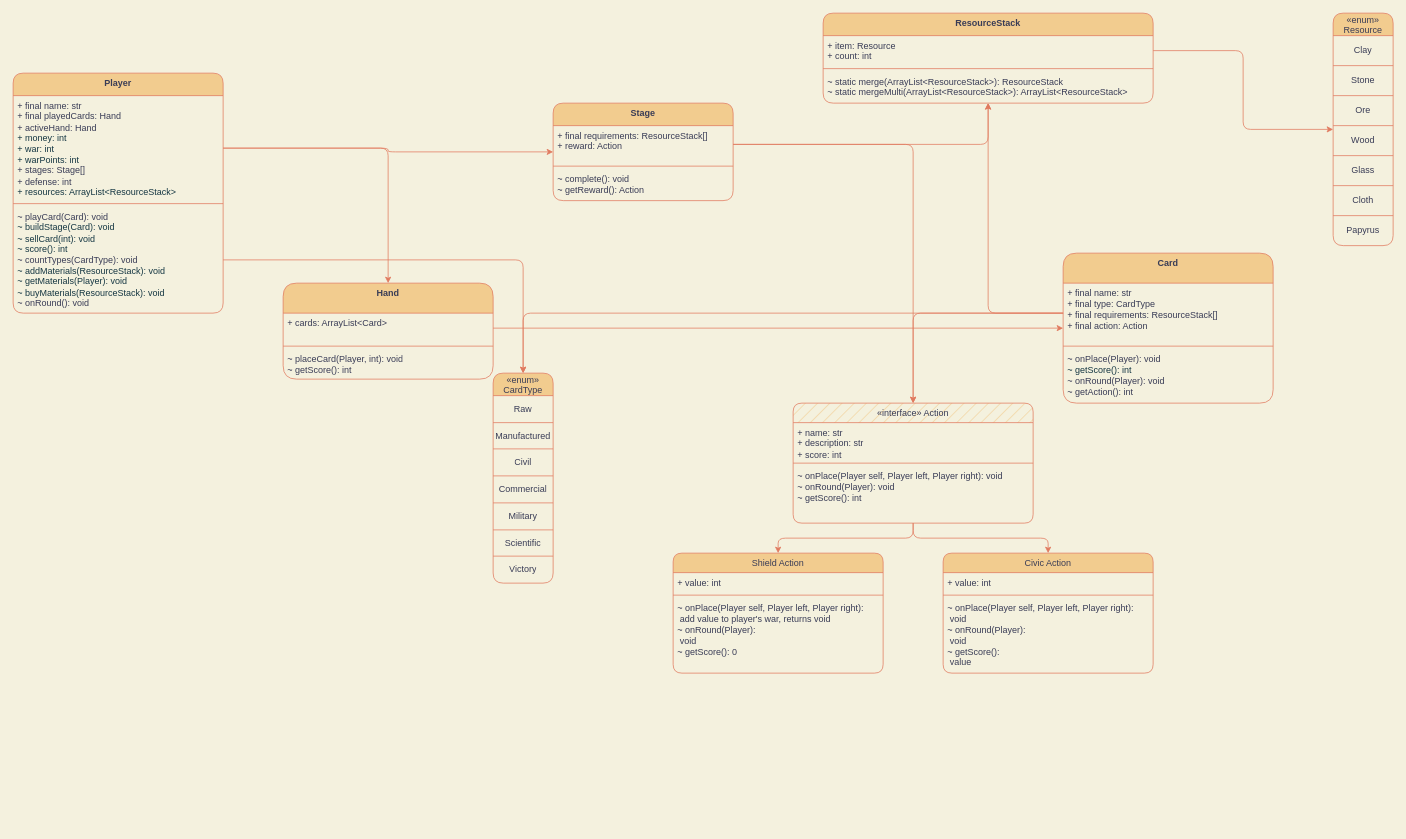
Before: Untitled Diagram.drawio in zeptofine/diagrams, a draw.io diagram. Source tidied: cells renumbered, new cells numbered last; positions are measured from the earlier drawing's top-left corner, leaving out a move shared by most shapes. Both pictures are drawn from the tidied source at 75%, with x=0, y=0 at pixel (13, 13).
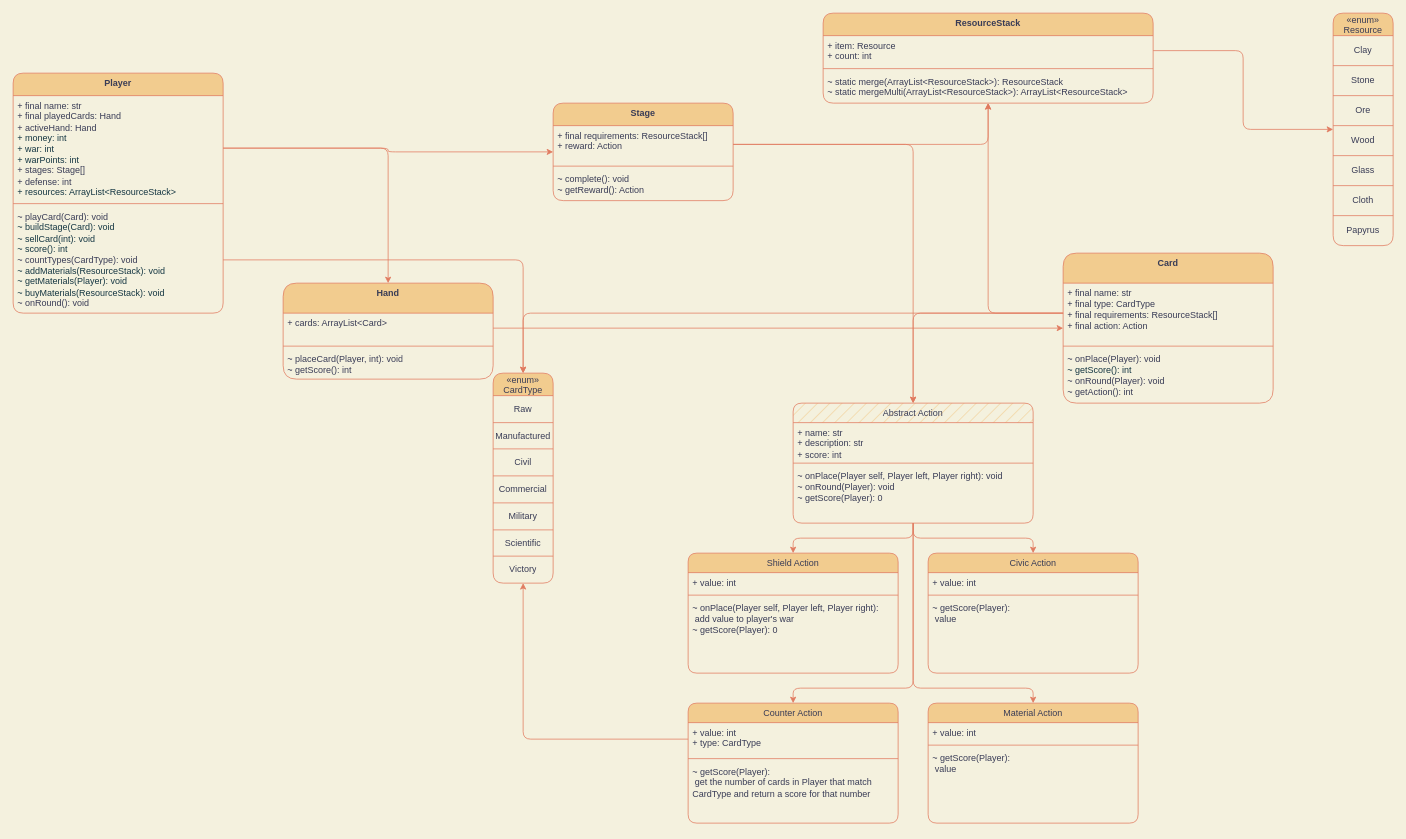
After the change.

The change refers to these unchanged cells:
```xml
<mxCell id="22" value="«enum»&#10;CardType" style="shape=table;startSize=30;childLayout=tableLayout;labelBackgroundColor=none;fillColor=#F2CC8F;strokeColor=#E07A5F;fontColor=#393C56;rounded=1;" parent="1" vertex="1">
  <mxGeometry x="640" y="480" width="80" height="280" as="geometry" />
</mxCell>
```

Diff of the diagram source:
```diff
@@
+    <mxCell id="76" style="edgeStyle=orthogonalEdgeStyle;rounded=1;jettySize=auto;html=1;strokeColor=#E07A5F;fontColor=#393C56;fillColor=#F2CC8F;" parent="1" edge="1" source="56" target="78">
+      <mxGeometry relative="1" as="geometry">
+        <Array as="points">
+          <mxPoint x="1200" y="900" />
+        </Array>
+      </mxGeometry>
+    </mxCell>
+    <mxCell id="77" style="edgeStyle=orthogonalEdgeStyle;rounded=1;jettySize=auto;html=1;strokeColor=#E07A5F;fontColor=#393C56;fillColor=#F2CC8F;" parent="1" edge="1" source="56" target="83">
+      <mxGeometry relative="1" as="geometry">
+        <Array as="points">
+          <mxPoint x="1200" y="900" />
+          <mxPoint x="1360" y="900" />
+        </Array>
+      </mxGeometry>
+    </mxCell>
-    <mxCell id="56" value="&lt;span style=&quot;font-weight: normal;&quot;&gt;«interface» Action&lt;/span&gt;" style="swimlane;fontStyle=1;align=center;verticalAlign=top;horizontal=1;startSize=26;whiteSpace=wrap;html=1;labelBackgroundColor=none;fillColor=#F2CC8F;strokeColor=#E07A5F;fontColor=#393C56;rounded=1;fillStyle=hatch;" parent="1" vertex="1">
+    <mxCell id="56" value="&lt;span style=&quot;font-weight: normal;&quot;&gt;Abstract Action&lt;/span&gt;" style="swimlane;fontStyle=1;align=center;verticalAlign=top;horizontal=1;startSize=26;whiteSpace=wrap;html=1;labelBackgroundColor=none;fillColor=#F2CC8F;strokeColor=#E07A5F;fontColor=#393C56;rounded=1;fillStyle=hatch;" parent="1" vertex="1">
       <mxGeometry x="1040" y="520" width="320" height="160" as="geometry" />
     </mxCell>
@@
-    <mxCell id="59" value="~ onPlace(Player self, Player left, Player right): void&lt;br&gt;~ onRound(Player): void&lt;br&gt;~ getScore(): int" style="text;strokeColor=none;fillColor=none;align=left;verticalAlign=top;spacingLeft=4;spacingRight=4;overflow=hidden;whiteSpace=wrap;html=1;labelBackgroundColor=none;fontColor=#393C56;rounded=1;" parent="56" vertex="1">
+    <mxCell id="59" value="~ onPlace(Player self, Player left, Player right): void&lt;br&gt;~ onRound(Player): void&lt;br&gt;~ getScore(Player): 0" style="text;strokeColor=none;fillColor=none;align=left;verticalAlign=top;spacingLeft=4;spacingRight=4;overflow=hidden;whiteSpace=wrap;html=1;labelBackgroundColor=none;fontColor=#393C56;rounded=1;" parent="56" vertex="1">
       <mxGeometry y="84" width="320" height="76" as="geometry" />
     </mxCell>
     <mxCell id="60" value="&lt;span style=&quot;font-weight: normal;&quot;&gt;Shield Action&lt;/span&gt;" style="swimlane;fontStyle=1;align=center;verticalAlign=top;horizontal=1;startSize=26;whiteSpace=wrap;html=1;labelBackgroundColor=none;fillColor=#F2CC8F;strokeColor=#E07A5F;fontColor=#393C56;rounded=1;fillStyle=auto;" parent="1" vertex="1">
-      <mxGeometry x="880" y="720" width="280" height="160" as="geometry" />
+      <mxGeometry x="900" y="720" width="280" height="160" as="geometry" />
     </mxCell>
@@
-    <mxCell id="63" value="~ onPlace(Player self, Player left, Player right): &lt;br&gt;&lt;span style=&quot;white-space: pre;&quot;&gt; &lt;/span&gt;add value to player's war, returns void&lt;br&gt;~ onRound(Player): &lt;br&gt;&lt;span style=&quot;white-space: pre;&quot;&gt; &lt;/span&gt;void&lt;br&gt;~ getScore(): 0" style="text;strokeColor=none;fillColor=none;align=left;verticalAlign=top;spacingLeft=4;spacingRight=4;overflow=hidden;whiteSpace=wrap;html=1;labelBackgroundColor=none;fontColor=#393C56;rounded=1;" parent="60" vertex="1">
+    <mxCell id="63" value="~ onPlace(Player self, Player left, Player right): &lt;br&gt;&lt;span style=&quot;white-space: pre;&quot;&gt; &lt;/span&gt;add value to player's war&lt;br&gt;~ getScore(Player): 0" style="text;strokeColor=none;fillColor=none;align=left;verticalAlign=top;spacingLeft=4;spacingRight=4;overflow=hidden;whiteSpace=wrap;html=1;labelBackgroundColor=none;fontColor=#393C56;rounded=1;" parent="60" vertex="1">
       <mxGeometry y="60" width="280" height="100" as="geometry" />
     </mxCell>
@@
     <mxCell id="72" value="&lt;span style=&quot;font-weight: normal;&quot;&gt;Civic Action&lt;/span&gt;" style="swimlane;fontStyle=1;align=center;verticalAlign=top;horizontal=1;startSize=26;whiteSpace=wrap;html=1;labelBackgroundColor=none;fillColor=#F2CC8F;strokeColor=#E07A5F;fontColor=#393C56;rounded=1;fillStyle=auto;" parent="1" vertex="1">
-      <mxGeometry x="1240" y="720" width="280" height="160" as="geometry" />
+      <mxGeometry x="1220" y="720" width="280" height="160" as="geometry" />
     </mxCell>
@@
-    <mxCell id="75" value="~ onPlace(Player self, Player left, Player right): &lt;br&gt;&lt;span style=&quot;white-space: pre;&quot;&gt; &lt;/span&gt;void&lt;br&gt;~ onRound(Player): &lt;br&gt;&lt;span style=&quot;white-space: pre;&quot;&gt; &lt;/span&gt;void&lt;br&gt;~ getScore(): &lt;br&gt;&lt;span style=&quot;white-space: pre;&quot;&gt; &lt;/span&gt;value" style="text;strokeColor=none;fillColor=none;align=left;verticalAlign=top;spacingLeft=4;spacingRight=4;overflow=hidden;whiteSpace=wrap;html=1;labelBackgroundColor=none;fontColor=#393C56;rounded=1;" parent="72" vertex="1">
+    <mxCell id="75" value="~ getScore(Player): &lt;br&gt;&lt;span style=&quot;white-space: pre;&quot;&gt; &lt;/span&gt;value" style="text;strokeColor=none;fillColor=none;align=left;verticalAlign=top;spacingLeft=4;spacingRight=4;overflow=hidden;whiteSpace=wrap;html=1;labelBackgroundColor=none;fontColor=#393C56;rounded=1;" parent="72" vertex="1">
       <mxGeometry y="60" width="280" height="100" as="geometry" />
     </mxCell>
+    <mxCell id="78" value="&lt;span style=&quot;font-weight: normal;&quot;&gt;Counter Action&lt;/span&gt;" style="swimlane;fontStyle=1;align=center;verticalAlign=top;horizontal=1;startSize=26;whiteSpace=wrap;html=1;labelBackgroundColor=none;fillColor=#F2CC8F;strokeColor=#E07A5F;fontColor=#393C56;rounded=1;fillStyle=auto;" parent="1" vertex="1">
+      <mxGeometry x="900" y="920" width="280" height="160" as="geometry" />
+    </mxCell>
+    <mxCell id="79" value="+ value: int&lt;br&gt;+ type: CardType" style="text;strokeColor=none;fillColor=none;align=left;verticalAlign=top;spacingLeft=4;spacingRight=4;overflow=hidden;points=[[0,0.5],[1,0.5]];portConstraint=eastwest;whiteSpace=wrap;html=1;labelBackgroundColor=none;fontColor=#393C56;rounded=1;" parent="78" vertex="1">
+      <mxGeometry y="26" width="280" height="44" as="geometry" />
+    </mxCell>
+    <mxCell id="80" style="line;strokeWidth=1;fillColor=none;align=left;verticalAlign=middle;spacingTop=-1;spacingLeft=3;spacingRight=3;labelPosition=right;labelBackgroundColor=none;strokeColor=#E07A5F;fontColor=#393C56;rounded=1;" parent="78" vertex="1">
+      <mxGeometry y="70" width="280" height="8" as="geometry" />
+    </mxCell>
+    <mxCell id="81" value="~ getScore(Player):&lt;br&gt;&lt;span style=&quot;white-space: pre;&quot;&gt; &lt;/span&gt;get the number of cards in Player that match CardType and return a score for that number" style="text;strokeColor=none;fillColor=none;align=left;verticalAlign=top;spacingLeft=4;spacingRight=4;overflow=hidden;whiteSpace=wrap;html=1;labelBackgroundColor=none;fontColor=#393C56;rounded=1;" parent="78" vertex="1">
+      <mxGeometry y="78" width="280" height="82" as="geometry" />
+    </mxCell>
+    <mxCell id="82" style="edgeStyle=orthogonalEdgeStyle;rounded=1;jettySize=auto;html=1;strokeColor=#E07A5F;fontColor=#393C56;fillColor=#F2CC8F;" parent="1" edge="1" source="79" target="22">
+      <mxGeometry relative="1" as="geometry" />
+    </mxCell>
+    <mxCell id="83" value="&lt;span style=&quot;font-weight: normal;&quot;&gt;Material Action&lt;/span&gt;" style="swimlane;fontStyle=1;align=center;verticalAlign=top;horizontal=1;startSize=26;whiteSpace=wrap;html=1;labelBackgroundColor=none;fillColor=#F2CC8F;strokeColor=#E07A5F;fontColor=#393C56;rounded=1;fillStyle=auto;" parent="1" vertex="1">
+      <mxGeometry x="1220" y="920" width="280" height="160" as="geometry" />
+    </mxCell>
+    <mxCell id="84" value="+ value: int" style="text;strokeColor=none;fillColor=none;align=left;verticalAlign=top;spacingLeft=4;spacingRight=4;overflow=hidden;whiteSpace=wrap;html=1;labelBackgroundColor=none;fontColor=#393C56;rounded=1;" parent="83" vertex="1">
+      <mxGeometry y="26" width="280" height="26" as="geometry" />
+    </mxCell>
+    <mxCell id="85" style="line;strokeWidth=1;fillColor=none;align=left;verticalAlign=middle;spacingTop=-1;spacingLeft=3;spacingRight=3;labelPosition=right;labelBackgroundColor=none;strokeColor=#E07A5F;fontColor=#393C56;rounded=1;" parent="83" vertex="1">
+      <mxGeometry y="52" width="280" height="8" as="geometry" />
+    </mxCell>
+    <mxCell id="86" value="~ getScore(Player): &lt;br&gt;&lt;span style=&quot;white-space: pre;&quot;&gt; &lt;/span&gt;value" style="text;strokeColor=none;fillColor=none;align=left;verticalAlign=top;spacingLeft=4;spacingRight=4;overflow=hidden;whiteSpace=wrap;html=1;labelBackgroundColor=none;fontColor=#393C56;rounded=1;" parent="83" vertex="1">
+      <mxGeometry y="60" width="280" height="100" as="geometry" />
+    </mxCell>
```
